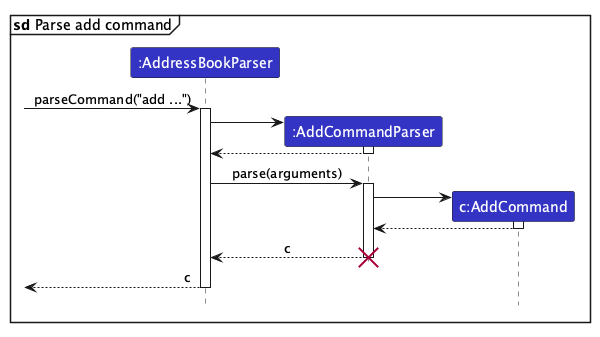
The PlantUML diagram docs/images/ParseAddCommandSequenceDiagram.png in AY2627S1-CS2103T-F09-1/tp, before a commit.
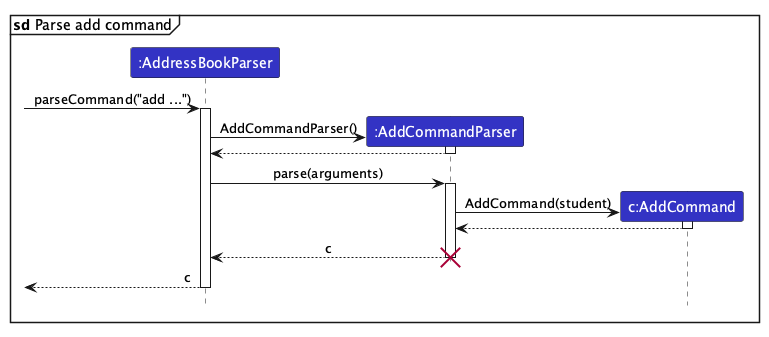
The same file after the commit.

Commit message:
Clarify add-command creation and parser lifelines

Change to the diagram source:
```diff
@@ -1,5 +1,6 @@
 @startuml
 !include style.puml
+!pragma teoz true
 skinparam ArrowFontStyle plain
 
 mainframe **sd** Parse add command
@@ -12,7 +13,7 @@
 activate AddressBookParser
 
 create AddCommandParser
-AddressBookParser -> AddCommandParser
+AddressBookParser -> AddCommandParser : AddCommandParser()
 activate AddCommandParser
 AddCommandParser --> AddressBookParser
 deactivate AddCommandParser
@@ -21,7 +22,7 @@
 activate AddCommandParser
 
 create AddCommand
-AddCommandParser -> AddCommand
+AddCommandParser -> AddCommand : AddCommand(student)
 activate AddCommand
 AddCommand --> AddCommandParser
 deactivate AddCommand
```
